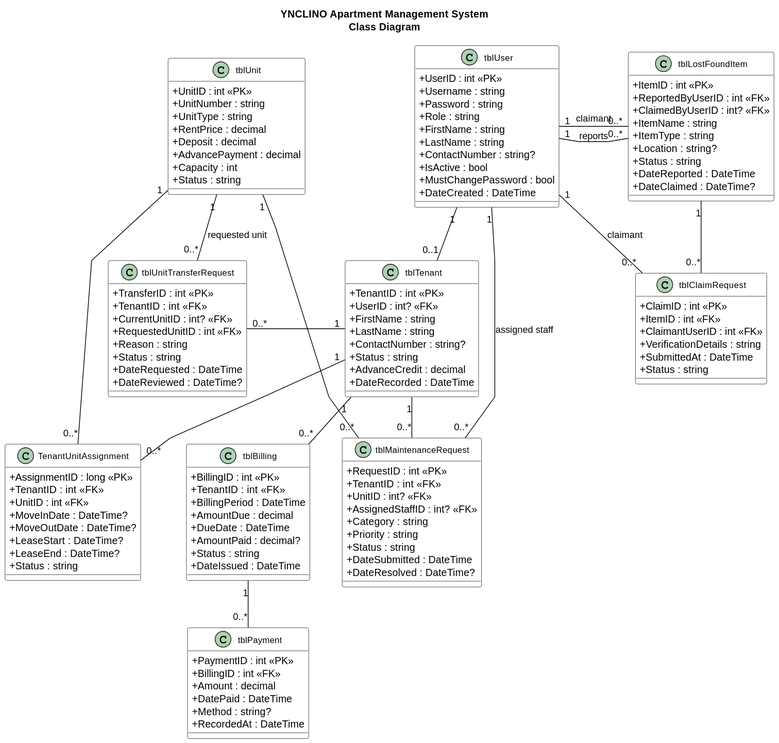
Before: out/YnclinoClassDiagram/YnclinoClassDiagram.svg, a diagram exported from PlantUML (clarkkyyy1104/ynclino-apartment-management-system).
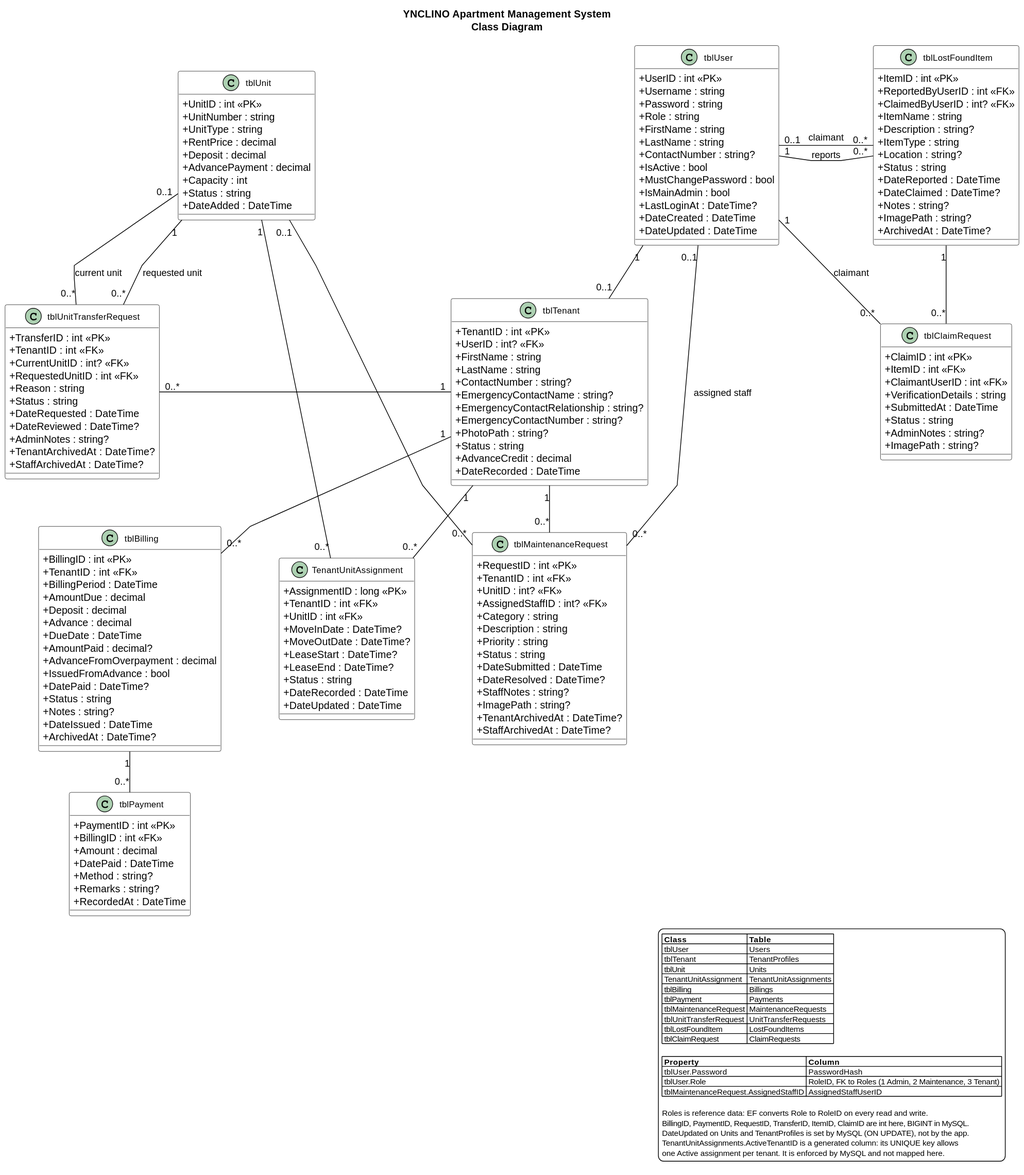
After the commit.

What changed in the source:
```diff
@@ -6,7 +6,7 @@
 skinparam classAttributeIconSize 0
 skinparam shadowing false
 skinparam linetype polyline
-skinparam nodesep 45
+skinparam nodesep 80
 skinparam ranksep 55
 
 skinparam class {
@@ -14,6 +14,12 @@
     BorderColor Black
     ArrowColor Black
     FontSize 12
+}
+
+skinparam legend {
+    BackgroundColor White
+    BorderColor Black
+    FontSize 11
 }
 
 
@@ -27,7 +33,10 @@
     + ContactNumber : string?
     + IsActive : bool
     + MustChangePassword : bool
+    + IsMainAdmin : bool
+    + LastLoginAt : DateTime?
     + DateCreated : DateTime
+    + DateUpdated : DateTime
 }
 
 class tblTenant {
@@ -36,6 +45,10 @@
     + FirstName : string
     + LastName : string
     + ContactNumber : string?
+    + EmergencyContactName : string?
+    + EmergencyContactRelationship : string?
+    + EmergencyContactNumber : string?
+    + PhotoPath : string?
     + Status : string
     + AdvanceCredit : decimal
     + DateRecorded : DateTime
@@ -50,6 +63,7 @@
     + AdvancePayment : decimal
     + Capacity : int
     + Status : string
+    + DateAdded : DateTime
 }
 
 class TenantUnitAssignment {
@@ -61,6 +75,8 @@
     + LeaseStart : DateTime?
     + LeaseEnd : DateTime?
     + Status : string
+    + DateRecorded : DateTime
+    + DateUpdated : DateTime
 }
 
 
@@ -69,10 +85,17 @@
     + TenantID : int <<FK>>
     + BillingPeriod : DateTime
     + AmountDue : decimal
+    + Deposit : decimal
+    + Advance : decimal
     + DueDate : DateTime
     + AmountPaid : decimal?
+    + AdvanceFromOverpayment : decimal
+    + IssuedFromAdvance : bool
+    + DatePaid : DateTime?
     + Status : string
+    + Notes : string?
     + DateIssued : DateTime
+    + ArchivedAt : DateTime?
 }
 
 class tblPayment {
@@ -81,6 +104,7 @@
     + Amount : decimal
     + DatePaid : DateTime
     + Method : string?
+    + Remarks : string?
     + RecordedAt : DateTime
 }
 
@@ -91,10 +115,15 @@
     + UnitID : int? <<FK>>
     + AssignedStaffID : int? <<FK>>
     + Category : string
+    + Description : string
     + Priority : string
     + Status : string
     + DateSubmitted : DateTime
     + DateResolved : DateTime?
+    + StaffNotes : string?
+    + ImagePath : string?
+    + TenantArchivedAt : DateTime?
+    + StaffArchivedAt : DateTime?
 }
 
 
@@ -107,6 +136,9 @@
     + Status : string
     + DateRequested : DateTime
     + DateReviewed : DateTime?
+    + AdminNotes : string?
+    + TenantArchivedAt : DateTime?
+    + StaffArchivedAt : DateTime?
 }
 
 
@@ -115,11 +147,15 @@
     + ReportedByUserID : int <<FK>>
     + ClaimedByUserID : int? <<FK>>
     + ItemName : string
+    + Description : string?
     + ItemType : string
     + Location : string?
     + Status : string
     + DateReported : DateTime
     + DateClaimed : DateTime?
+    + Notes : string?
+    + ImagePath : string?
+    + ArchivedAt : DateTime?
 }
 
 class tblClaimRequest {
@@ -129,6 +165,8 @@
     + VerificationDetails : string
     + SubmittedAt : DateTime
     + Status : string
+    + AdminNotes : string?
+    + ImagePath : string?
 }
 
 
@@ -139,20 +177,47 @@
 tblBilling "1" -down- "0..*" tblPayment
 
 tblTenant "1" -right- "0..*" tblMaintenanceRequest
-tblUnit "1" -- "0..*" tblMaintenanceRequest
-tblUser "1" -- "0..*" tblMaintenanceRequest : assigned staff
+tblUnit "0..1" -- "0..*" tblMaintenanceRequest
+tblUser "0..1" -- "0..*" tblMaintenanceRequest : assigned staff
 
 tblTenant "1" -left- "0..*" tblUnitTransferRequest
 tblUnit "1" -- "0..*" tblUnitTransferRequest : requested unit
+tblUnit "0..1" -- "0..*" tblUnitTransferRequest : current unit
 
 tblTenant "1" -- "0..*" TenantUnitAssignment
 tblUnit "1" -- "0..*" TenantUnitAssignment
 
 tblUser "1" -right- "0..*" tblLostFoundItem : reports
-tblUser "1" -- "0..*" tblLostFoundItem : claimant
+tblUser "0..1" -- "0..*" tblLostFoundItem : claimant
 
 tblLostFoundItem "1" -down- "0..*" tblClaimRequest
 tblUser "1" -- "0..*" tblClaimRequest : claimant
+
+
+legend bottom right
+    |= Class |= Table |
+    | tblUser | Users |
+    | tblTenant | TenantProfiles |
+    | tblUnit | Units |
+    | TenantUnitAssignment | TenantUnitAssignments |
+    | tblBilling | Billings |
+    | tblPayment | Payments |
+    | tblMaintenanceRequest | MaintenanceRequests |
+    | tblUnitTransferRequest | UnitTransferRequests |
+    | tblLostFoundItem | LostFoundItems |
+    | tblClaimRequest | ClaimRequests |
+
+    |= Property |= Column |
+    | tblUser.Password | PasswordHash |
+    | tblUser.Role | RoleID, FK to Roles (1 Admin, 2 Maintenance, 3 Tenant) |
+    | tblMaintenanceRequest.AssignedStaffID | AssignedStaffUserID |
+
+    Roles is reference data: EF converts Role to RoleID on every read and write.
+    BillingID, PaymentID, RequestID, TransferID, ItemID, ClaimID are int here, BIGINT in MySQL.
+    DateUpdated on Units and TenantProfiles is set by MySQL (ON UPDATE), not by the app.
+    TenantUnitAssignments.ActiveTenantID is a generated column: its UNIQUE key allows
+    one Active assignment per tenant. It is enforced by MySQL and not mapped here.
+endlegend
 
 
 tblUnit -[hidden]right- tblUser
```
